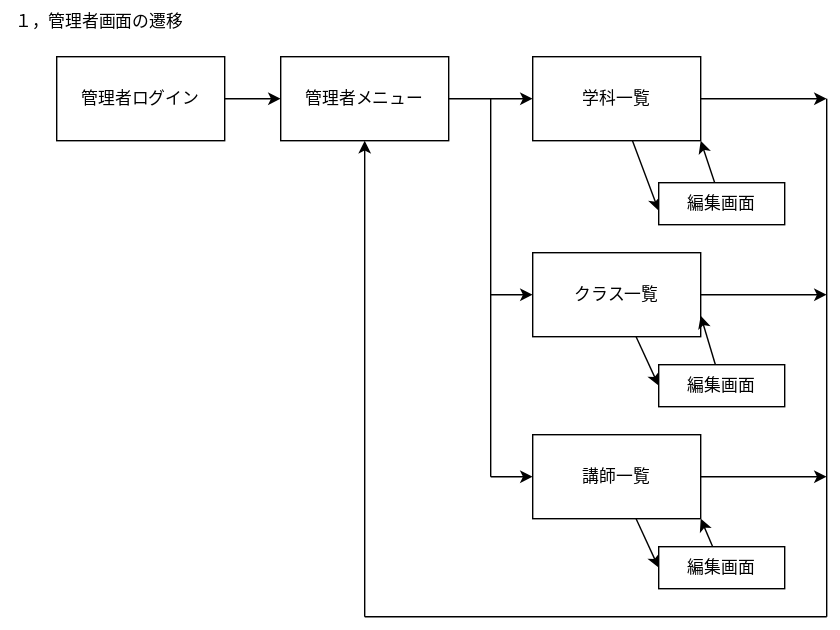
Before: teamG3.drawio.svg, a diagram exported from draw.io (Skypeace8585/uml-introduction). Source tidied: cells renumbered, new cells last; positions are measured from the earlier drawing's top-left corner, leaving out a move shared by most shapes.
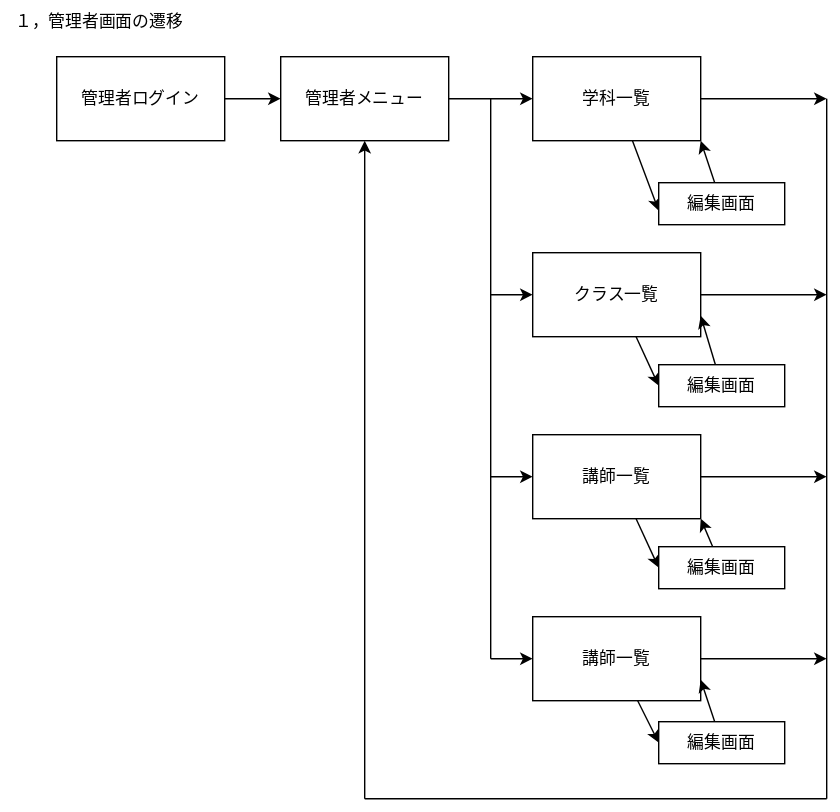
Later version of the same file.

The edit, as a diff of the source:
```diff
@@ -54,7 +54,7 @@
     </mxCell>
     <mxCell id="16" style="endArrow=none;html=1;" parent="1" edge="1">
       <mxGeometry relative="1" as="geometry">
-        <mxPoint x="350" y="340" as="sourcePoint" />
+        <mxPoint x="350" y="470" as="sourcePoint" />
         <mxPoint x="350" y="70" as="targetPoint" />
       </mxGeometry>
     </mxCell>
@@ -71,18 +71,18 @@
     <mxCell id="19" style="endArrow=none;html=1;" parent="1" edge="1">
       <mxGeometry relative="1" as="geometry">
         <mxPoint x="590" y="70" as="sourcePoint" />
-        <mxPoint x="590" y="440" as="targetPoint" />
+        <mxPoint x="590" y="570" as="targetPoint" />
       </mxGeometry>
     </mxCell>
     <mxCell id="20" style="endArrow=none;html=1;" parent="1" edge="1">
       <mxGeometry relative="1" as="geometry">
-        <mxPoint x="260" y="440" as="sourcePoint" />
-        <mxPoint x="590" y="440" as="targetPoint" />
+        <mxPoint x="260" y="570" as="sourcePoint" />
+        <mxPoint x="590" y="570" as="targetPoint" />
       </mxGeometry>
     </mxCell>
     <mxCell id="21" style="endArrow=classic;html=1;entryX=0.5;entryY=1;entryDx=0;entryDy=0;" parent="1" edge="1" target="6">
       <mxGeometry relative="1" as="geometry">
-        <mxPoint x="260" y="440" as="sourcePoint" />
+        <mxPoint x="260" y="570" as="sourcePoint" />
       </mxGeometry>
     </mxCell>
     <mxCell id="22" style="edgeStyle=none;html=1;entryX=1;entryY=1;entryDx=0;entryDy=0;" parent="1" edge="1" source="23" target="9">
@@ -103,5 +103,28 @@
     <mxCell id="27" value="編集画面" style="rounded=0;whiteSpace=wrap;html=1;" parent="1" vertex="1">
       <mxGeometry x="470" y="390" width="90" height="30" as="geometry" />
     </mxCell>
+    <mxCell id="28" style="edgeStyle=none;html=1;entryX=0;entryY=0.5;entryDx=0;entryDy=0;" parent="1" edge="1" source="29" target="33">
+      <mxGeometry relative="1" as="geometry" />
+    </mxCell>
+    <mxCell id="29" value="講師一覧" style="rounded=0;whiteSpace=wrap;html=1;" parent="1" vertex="1">
+      <mxGeometry x="380" y="440" width="120" height="60" as="geometry" />
+    </mxCell>
+    <mxCell id="30" style="endArrow=classic;html=1;entryX=0;entryY=0.5;entryDx=0;entryDy=0;" parent="1" edge="1" target="29">
+      <mxGeometry relative="1" as="geometry">
+        <mxPoint x="350" y="470" as="sourcePoint" />
+      </mxGeometry>
+    </mxCell>
+    <mxCell id="31" style="edgeStyle=none;html=1;" parent="1" edge="1">
+      <mxGeometry relative="1" as="geometry">
+        <mxPoint x="500" y="470" as="sourcePoint" />
+        <mxPoint x="590" y="470" as="targetPoint" />
+      </mxGeometry>
+    </mxCell>
+    <mxCell id="32" style="edgeStyle=none;html=1;entryX=1;entryY=0.75;entryDx=0;entryDy=0;" parent="1" edge="1" source="33" target="29">
+      <mxGeometry relative="1" as="geometry" />
+    </mxCell>
+    <mxCell id="33" value="編集画面" style="rounded=0;whiteSpace=wrap;html=1;" parent="1" vertex="1">
+      <mxGeometry x="470" y="515" width="90" height="30" as="geometry" />
+    </mxCell>
   </root>
 </mxGraphModel>
```
